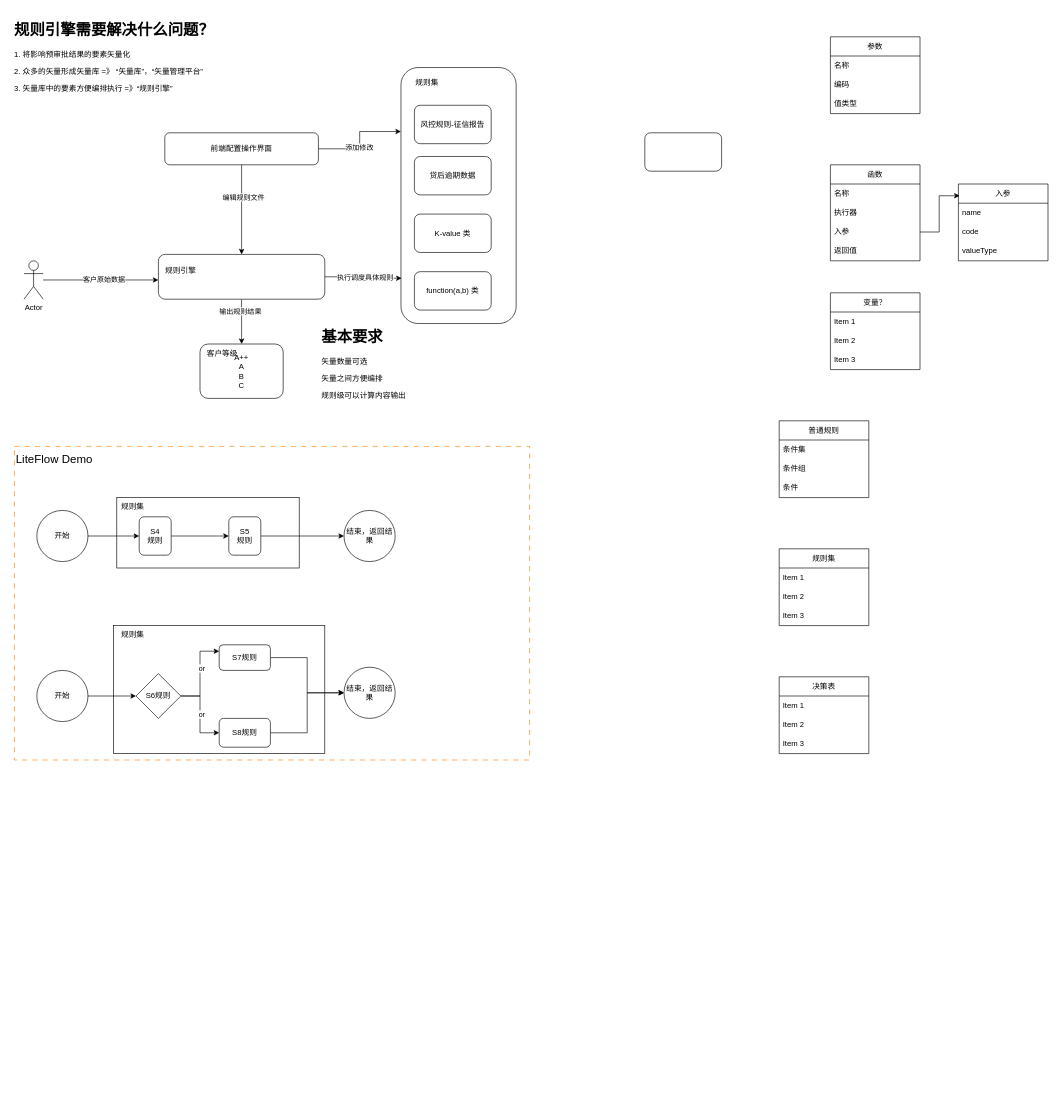
Earlier version of the draw.io diagram 规则引擎-规则集.drawio (XiongZen/QJReconstitution). Source tidied: cells renumbered, new cells numbered last; positions are measured from the earlier drawing's top-left corner, leaving out a move shared by most shapes. Both pictures are drawn from the tidied source at 64%, with x=0, y=0 at pixel (11, 17).
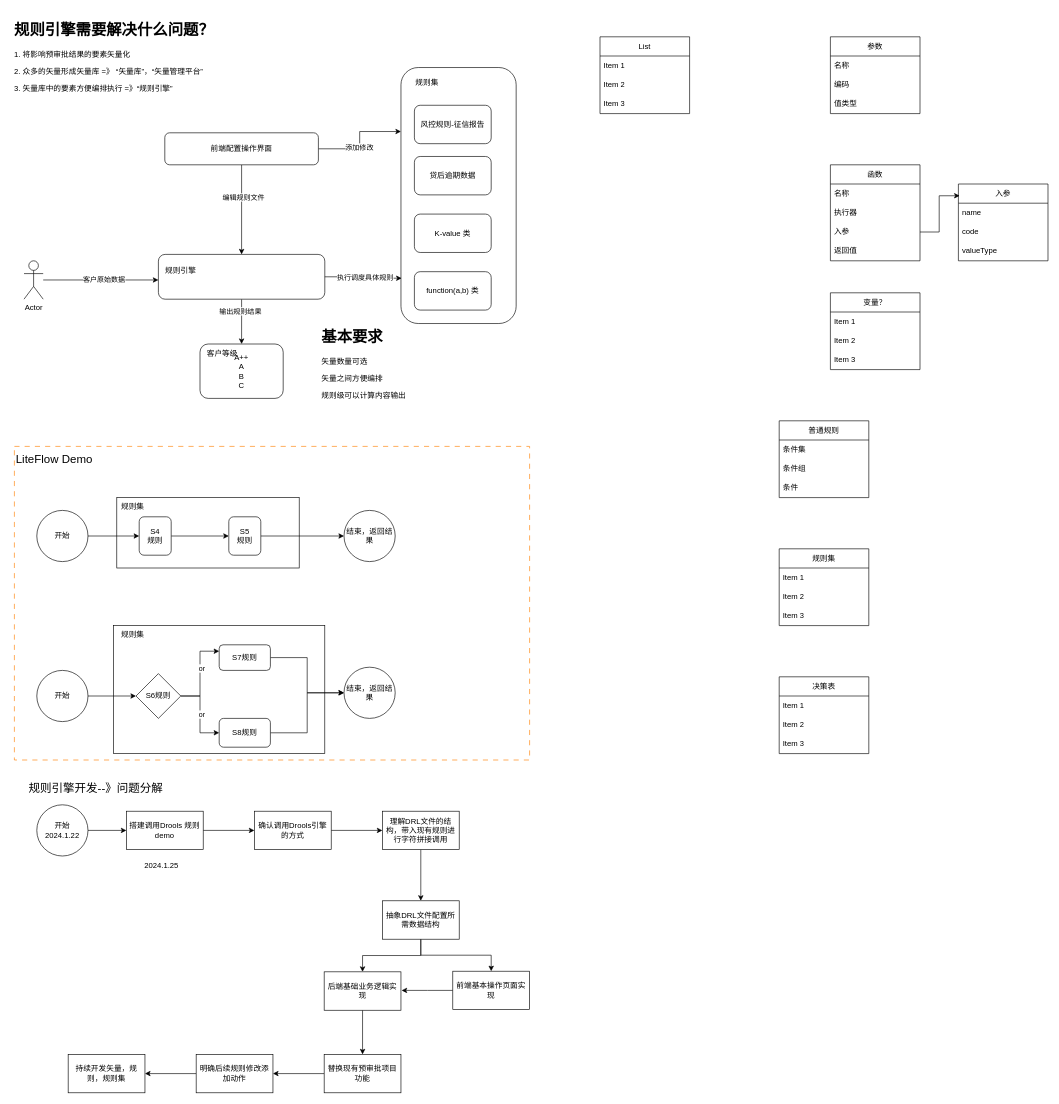
The same diagram, later.

Commit message:
更新规则引擎-规则集.drawio

Diff of the diagram source:
```diff
@@
-    <mxCell id="51" style="rounded=1;whiteSpace=wrap;html=1;" parent="1" vertex="1">
-      <mxGeometry x="990" y="180" width="120" height="60" as="geometry" />
-    </mxCell>
@@
+    <mxCell id="82" value="List" style="swimlane;fontStyle=0;horizontal=1;startSize=30;whiteSpace=wrap;html=1;" parent="1" vertex="1">
+      <mxGeometry x="920" y="30" width="140" height="120" as="geometry" />
+    </mxCell>
+    <mxCell id="83" value="Item 1" style="text;strokeColor=none;fillColor=none;align=left;verticalAlign=middle;spacingLeft=4;spacingRight=4;overflow=hidden;whiteSpace=wrap;html=1;" parent="82" vertex="1">
+      <mxGeometry y="30" width="140" height="30" as="geometry" />
+    </mxCell>
+    <mxCell id="84" value="Item 2" style="text;strokeColor=none;fillColor=none;align=left;verticalAlign=middle;spacingLeft=4;spacingRight=4;overflow=hidden;whiteSpace=wrap;html=1;" parent="82" vertex="1">
+      <mxGeometry y="60" width="140" height="30" as="geometry" />
+    </mxCell>
+    <mxCell id="85" value="Item 3" style="text;strokeColor=none;fillColor=none;align=left;verticalAlign=middle;spacingLeft=4;spacingRight=4;overflow=hidden;whiteSpace=wrap;html=1;" parent="82" vertex="1">
+      <mxGeometry y="90" width="140" height="30" as="geometry" />
+    </mxCell>
+    <mxCell id="86" style="edgeStyle=orthogonalEdgeStyle;rounded=0;jettySize=auto;html=1;" parent="1" edge="1" source="87" target="89">
+      <mxGeometry relative="1" as="geometry" />
+    </mxCell>
+    <mxCell id="87" value="开始&lt;br&gt;2024.1.22" style="ellipse;whiteSpace=wrap;html=1;" parent="1" vertex="1">
+      <mxGeometry x="40" y="1230" width="80" height="80" as="geometry" />
+    </mxCell>
+    <mxCell id="88" style="edgeStyle=orthogonalEdgeStyle;rounded=0;jettySize=auto;html=1;" parent="1" edge="1" source="89" target="91">
+      <mxGeometry relative="1" as="geometry" />
+    </mxCell>
+    <mxCell id="89" value="搭建调用Drools 规则demo" style="whiteSpace=wrap;html=1;" parent="1" vertex="1">
+      <mxGeometry x="180" y="1240" width="120" height="60" as="geometry" />
+    </mxCell>
+    <mxCell id="90" style="edgeStyle=orthogonalEdgeStyle;rounded=0;jettySize=auto;html=1;" parent="1" edge="1" source="91" target="93">
+      <mxGeometry relative="1" as="geometry" />
+    </mxCell>
+    <mxCell id="91" value="确认调用Drools引擎的方式" style="whiteSpace=wrap;html=1;" parent="1" vertex="1">
+      <mxGeometry x="380" y="1240" width="120" height="60" as="geometry" />
+    </mxCell>
+    <mxCell id="92" style="edgeStyle=orthogonalEdgeStyle;rounded=0;jettySize=auto;html=1;" parent="1" edge="1" source="93" target="96">
+      <mxGeometry relative="1" as="geometry" />
+    </mxCell>
+    <mxCell id="93" value="理解DRL文件的结构，带入现有规则进行字符拼接调用" style="whiteSpace=wrap;html=1;" parent="1" vertex="1">
+      <mxGeometry x="580" y="1240" width="120" height="60" as="geometry" />
+    </mxCell>
+    <mxCell id="94" style="edgeStyle=orthogonalEdgeStyle;rounded=0;jettySize=auto;html=1;" parent="1" edge="1" source="96" target="100">
+      <mxGeometry relative="1" as="geometry" />
+    </mxCell>
+    <mxCell id="95" style="edgeStyle=orthogonalEdgeStyle;rounded=0;jettySize=auto;html=1;" parent="1" edge="1" source="96" target="102">
+      <mxGeometry relative="1" as="geometry" />
+    </mxCell>
+    <mxCell id="96" value="抽象DRL文件配置所需数据结构" style="whiteSpace=wrap;html=1;" parent="1" vertex="1">
+      <mxGeometry x="580" y="1380" width="120" height="60" as="geometry" />
+    </mxCell>
+    <mxCell id="97" value="&lt;font style=&quot;font-size: 18px;&quot;&gt;规则引擎开发--》问题分解&lt;/font&gt;" style="text;html=1;strokeColor=none;fillColor=none;align=center;verticalAlign=middle;whiteSpace=wrap;rounded=0;" parent="1" vertex="1">
+      <mxGeometry x="5" y="1190" width="255" height="30" as="geometry" />
+    </mxCell>
+    <mxCell id="98" value="2024.1.25" style="text;html=1;strokeColor=none;fillColor=none;align=center;verticalAlign=middle;whiteSpace=wrap;rounded=0;" parent="1" vertex="1">
+      <mxGeometry x="205" y="1310" width="60" height="30" as="geometry" />
+    </mxCell>
+    <mxCell id="99" style="edgeStyle=orthogonalEdgeStyle;rounded=0;jettySize=auto;html=1;" parent="1" edge="1" source="100" target="104">
+      <mxGeometry relative="1" as="geometry" />
+    </mxCell>
+    <mxCell id="100" value="后端基础业务逻辑实现" style="whiteSpace=wrap;html=1;" parent="1" vertex="1">
+      <mxGeometry x="489" y="1491" width="120" height="60" as="geometry" />
+    </mxCell>
+    <mxCell id="101" style="edgeStyle=orthogonalEdgeStyle;rounded=0;jettySize=auto;html=1;" parent="1" edge="1" source="102">
+      <mxGeometry relative="1" as="geometry">
+        <mxPoint x="610" y="1520" as="targetPoint" />
+      </mxGeometry>
+    </mxCell>
+    <mxCell id="102" value="前端基本操作页面实现" style="whiteSpace=wrap;html=1;" parent="1" vertex="1">
+      <mxGeometry x="690" y="1490" width="120" height="60" as="geometry" />
+    </mxCell>
+    <mxCell id="103" style="edgeStyle=orthogonalEdgeStyle;rounded=0;jettySize=auto;html=1;" parent="1" edge="1" source="104" target="106">
+      <mxGeometry relative="1" as="geometry" />
+    </mxCell>
+    <mxCell id="104" value="替换现有预审批项目功能" style="whiteSpace=wrap;html=1;" parent="1" vertex="1">
+      <mxGeometry x="489" y="1620" width="120" height="60" as="geometry" />
+    </mxCell>
+    <mxCell id="105" style="edgeStyle=orthogonalEdgeStyle;rounded=0;jettySize=auto;html=1;" parent="1" edge="1" source="106" target="107">
+      <mxGeometry relative="1" as="geometry" />
+    </mxCell>
+    <mxCell id="106" value="明确后续规则修改添加动作" style="whiteSpace=wrap;html=1;" parent="1" vertex="1">
+      <mxGeometry x="289" y="1620" width="120" height="60" as="geometry" />
+    </mxCell>
+    <mxCell id="107" value="持续开发矢量，规则，规则集" style="whiteSpace=wrap;html=1;" parent="1" vertex="1">
+      <mxGeometry x="89" y="1620" width="120" height="60" as="geometry" />
+    </mxCell>
```
